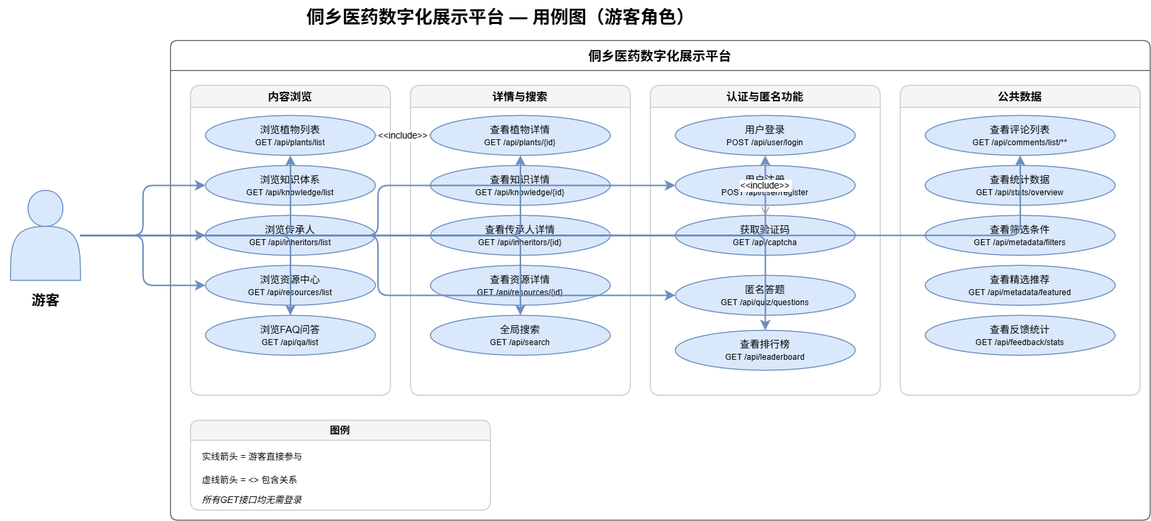
This is docs/diagrams-png/usecase-visitor.drawio.png from yhe3603-star/Graduation-Project, a draw.io export, as it was before one commit. Source tidied: cells renumbered, new cells last; positions are measured from the earlier drawing's top-left corner, leaving out a move shared by most shapes. The source it was exported from:
```xml
<mxGraphModel>
  <root>
    <mxCell id="0" />
    <mxCell id="1" parent="0" />
    <mxCell id="2" value="侗乡医药数字化展示平台 — 用例图（游客角色）" style="text;html=1;fontSize=18;fontStyle=1;align=center;" parent="1" vertex="1">
      <mxGeometry x="250" width="500" height="35" as="geometry" />
    </mxCell>
    <mxCell id="3" style="shape=actor;whiteSpace=wrap;html=1;verticalAlign=bottom;labelPosition=center;verticalLabelPosition=bottom;outlineConnect=0;fillColor=#dae8fc;strokeColor=#6c8ebf;size=20;" parent="1" vertex="1">
      <mxGeometry x="10" y="190" width="70" height="90" as="geometry" />
    </mxCell>
    <mxCell id="4" value="游客" style="text;html=1;fontSize=14;fontStyle=1;align=center;" parent="1" vertex="1">
      <mxGeometry y="285" width="90" height="25" as="geometry" />
    </mxCell>
    <mxCell id="5" value="侗乡医药数字化展示平台" style="swimlane;startSize=30;fillColor=#FFFFFF;strokeColor=#666;fontStyle=1;fontSize=13;rounded=1;arcSize=8;" parent="1" vertex="1">
      <mxGeometry x="170" y="40" width="980" height="480" as="geometry" />
    </mxCell>
    <mxCell id="6" value="内容浏览" style="swimlane;startSize=22;fillColor=#f5f5f5;strokeColor=#CCC;fontStyle=1;fontSize=11;rounded=1;" parent="5" vertex="1">
      <mxGeometry x="20" y="45" width="200" height="310" as="geometry" />
    </mxCell>
    <mxCell id="7" value="浏览植物列表&lt;br&gt;&lt;small&gt;GET /api/plants/list&lt;/small&gt;" style="ellipse;whiteSpace=wrap;html=1;fillColor=#dae8fc;strokeColor=#6c8ebf;fontSize=10;" parent="6" vertex="1">
      <mxGeometry x="15" y="30" width="170" height="40" as="geometry" />
    </mxCell>
    <mxCell id="8" value="浏览知识体系&lt;br&gt;&lt;small&gt;GET /api/knowledge/list&lt;/small&gt;" style="ellipse;whiteSpace=wrap;html=1;fillColor=#dae8fc;strokeColor=#6c8ebf;fontSize=10;" parent="6" vertex="1">
      <mxGeometry x="15" y="80" width="170" height="40" as="geometry" />
    </mxCell>
    <mxCell id="9" value="浏览传承人&lt;br&gt;&lt;small&gt;GET /api/inheritors/list&lt;/small&gt;" style="ellipse;whiteSpace=wrap;html=1;fillColor=#dae8fc;strokeColor=#6c8ebf;fontSize=10;" parent="6" vertex="1">
      <mxGeometry x="15" y="130" width="170" height="40" as="geometry" />
    </mxCell>
    <mxCell id="10" value="浏览资源中心&lt;br&gt;&lt;small&gt;GET /api/resources/list&lt;/small&gt;" style="ellipse;whiteSpace=wrap;html=1;fillColor=#dae8fc;strokeColor=#6c8ebf;fontSize=10;" parent="6" vertex="1">
      <mxGeometry x="15" y="180" width="170" height="40" as="geometry" />
    </mxCell>
    <mxCell id="11" value="浏览FAQ问答&lt;br&gt;&lt;small&gt;GET /api/qa/list&lt;/small&gt;" style="ellipse;whiteSpace=wrap;html=1;fillColor=#dae8fc;strokeColor=#6c8ebf;fontSize=10;" parent="6" vertex="1">
      <mxGeometry x="15" y="230" width="170" height="40" as="geometry" />
    </mxCell>
    <mxCell id="12" value="详情与搜索" style="swimlane;startSize=22;fillColor=#f5f5f5;strokeColor=#CCC;fontStyle=1;fontSize=11;rounded=1;" parent="5" vertex="1">
      <mxGeometry x="240" y="45" width="220" height="310" as="geometry" />
    </mxCell>
    <mxCell id="13" value="查看植物详情&lt;br&gt;&lt;small&gt;GET /api/plants/{id}&lt;/small&gt;" style="ellipse;whiteSpace=wrap;html=1;fillColor=#dae8fc;strokeColor=#6c8ebf;fontSize=10;" parent="12" vertex="1">
      <mxGeometry x="20" y="30" width="180" height="40" as="geometry" />
    </mxCell>
    <mxCell id="14" value="查看知识详情&lt;br&gt;&lt;small&gt;GET /api/knowledge/{id}&lt;/small&gt;" style="ellipse;whiteSpace=wrap;html=1;fillColor=#dae8fc;strokeColor=#6c8ebf;fontSize=10;" parent="12" vertex="1">
      <mxGeometry x="20" y="80" width="180" height="40" as="geometry" />
    </mxCell>
    <mxCell id="15" value="查看传承人详情&lt;br&gt;&lt;small&gt;GET /api/inheritors/{id}&lt;/small&gt;" style="ellipse;whiteSpace=wrap;html=1;fillColor=#dae8fc;strokeColor=#6c8ebf;fontSize=10;" parent="12" vertex="1">
      <mxGeometry x="20" y="130" width="180" height="40" as="geometry" />
    </mxCell>
    <mxCell id="16" value="查看资源详情&lt;br&gt;&lt;small&gt;GET /api/resources/{id}&lt;/small&gt;" style="ellipse;whiteSpace=wrap;html=1;fillColor=#dae8fc;strokeColor=#6c8ebf;fontSize=10;" parent="12" vertex="1">
      <mxGeometry x="20" y="180" width="180" height="40" as="geometry" />
    </mxCell>
    <mxCell id="17" value="全局搜索&lt;br&gt;&lt;small&gt;GET /api/search&lt;/small&gt;" style="ellipse;whiteSpace=wrap;html=1;fillColor=#dae8fc;strokeColor=#6c8ebf;fontSize=10;" parent="12" vertex="1">
      <mxGeometry x="20" y="230" width="180" height="40" as="geometry" />
    </mxCell>
    <mxCell id="18" value="认证与匿名功能" style="swimlane;startSize=22;fillColor=#f5f5f5;strokeColor=#CCC;fontStyle=1;fontSize=11;rounded=1;" parent="5" vertex="1">
      <mxGeometry x="480" y="45" width="230" height="310" as="geometry" />
    </mxCell>
    <mxCell id="19" value="用户登录&lt;br&gt;&lt;small&gt;POST /api/user/login&lt;/small&gt;" style="ellipse;whiteSpace=wrap;html=1;fillColor=#dae8fc;strokeColor=#6c8ebf;fontSize=10;" parent="18" vertex="1">
      <mxGeometry x="25" y="30" width="180" height="40" as="geometry" />
    </mxCell>
    <mxCell id="20" value="用户注册&lt;br&gt;&lt;small&gt;POST /api/user/register&lt;/small&gt;" style="ellipse;whiteSpace=wrap;html=1;fillColor=#dae8fc;strokeColor=#6c8ebf;fontSize=10;" parent="18" vertex="1">
      <mxGeometry x="25" y="80" width="180" height="40" as="geometry" />
    </mxCell>
    <mxCell id="21" value="获取验证码&lt;br&gt;&lt;small&gt;GET /api/captcha&lt;/small&gt;" style="ellipse;whiteSpace=wrap;html=1;fillColor=#dae8fc;strokeColor=#6c8ebf;fontSize=10;" parent="18" vertex="1">
      <mxGeometry x="25" y="130" width="180" height="40" as="geometry" />
    </mxCell>
    <mxCell id="22" value="匿名答题&lt;br&gt;&lt;small&gt;GET /api/quiz/questions&lt;/small&gt;" style="ellipse;whiteSpace=wrap;html=1;fillColor=#dae8fc;strokeColor=#6c8ebf;fontSize=10;" parent="18" vertex="1">
      <mxGeometry x="25" y="190" width="180" height="40" as="geometry" />
    </mxCell>
    <mxCell id="23" value="查看排行榜&lt;br&gt;&lt;small&gt;GET /api/leaderboard&lt;/small&gt;" style="ellipse;whiteSpace=wrap;html=1;fillColor=#dae8fc;strokeColor=#6c8ebf;fontSize=10;" parent="18" vertex="1">
      <mxGeometry x="25" y="245" width="180" height="40" as="geometry" />
    </mxCell>
    <mxCell id="24" value="公共数据" style="swimlane;startSize=22;fillColor=#f5f5f5;strokeColor=#CCC;fontStyle=1;fontSize=11;rounded=1;" parent="5" vertex="1">
      <mxGeometry x="730" y="45" width="240" height="310" as="geometry" />
    </mxCell>
    <mxCell id="25" value="查看评论列表&lt;br&gt;&lt;small&gt;GET /api/comments/list/**&lt;/small&gt;" style="ellipse;whiteSpace=wrap;html=1;fillColor=#dae8fc;strokeColor=#6c8ebf;fontSize=10;" parent="24" vertex="1">
      <mxGeometry x="25" y="30" width="190" height="40" as="geometry" />
    </mxCell>
    <mxCell id="26" value="查看统计数据&lt;br&gt;&lt;small&gt;GET /api/stats/overview&lt;/small&gt;" style="ellipse;whiteSpace=wrap;html=1;fillColor=#dae8fc;strokeColor=#6c8ebf;fontSize=10;" parent="24" vertex="1">
      <mxGeometry x="25" y="80" width="190" height="40" as="geometry" />
    </mxCell>
    <mxCell id="27" value="查看筛选条件&lt;br&gt;&lt;small&gt;GET /api/metadata/filters&lt;/small&gt;" style="ellipse;whiteSpace=wrap;html=1;fillColor=#dae8fc;strokeColor=#6c8ebf;fontSize=10;" parent="24" vertex="1">
      <mxGeometry x="25" y="130" width="190" height="40" as="geometry" />
    </mxCell>
    <mxCell id="28" value="查看精选推荐&lt;br&gt;&lt;small&gt;GET /api/metadata/featured&lt;/small&gt;" style="ellipse;whiteSpace=wrap;html=1;fillColor=#dae8fc;strokeColor=#6c8ebf;fontSize=10;" parent="24" vertex="1">
      <mxGeometry x="25" y="180" width="190" height="40" as="geometry" />
    </mxCell>
    <mxCell id="29" value="查看反馈统计&lt;br&gt;&lt;small&gt;GET /api/feedback/stats&lt;/small&gt;" style="ellipse;whiteSpace=wrap;html=1;fillColor=#dae8fc;strokeColor=#6c8ebf;fontSize=10;" parent="24" vertex="1">
      <mxGeometry x="25" y="230" width="190" height="40" as="geometry" />
    </mxCell>
    <mxCell id="30" style="edgeStyle=orthogonalEdgeStyle;rounded=1;strokeColor=#6c8ebf;strokeWidth=1.5;" parent="5" edge="1" source="3" target="7">
      <mxGeometry relative="1" as="geometry" />
    </mxCell>
    <mxCell id="31" style="edgeStyle=orthogonalEdgeStyle;rounded=1;strokeColor=#6c8ebf;strokeWidth=1.5;" parent="5" edge="1" source="3" target="8">
      <mxGeometry relative="1" as="geometry" />
    </mxCell>
    <mxCell id="32" style="edgeStyle=orthogonalEdgeStyle;rounded=1;strokeColor=#6c8ebf;strokeWidth=1.5;" parent="5" edge="1" source="3" target="9">
      <mxGeometry relative="1" as="geometry" />
    </mxCell>
    <mxCell id="33" style="edgeStyle=orthogonalEdgeStyle;rounded=1;strokeColor=#6c8ebf;strokeWidth=1.5;" parent="5" edge="1" source="3" target="10">
      <mxGeometry relative="1" as="geometry" />
    </mxCell>
    <mxCell id="34" style="edgeStyle=orthogonalEdgeStyle;rounded=1;strokeColor=#6c8ebf;strokeWidth=1.5;" parent="5" edge="1" source="3" target="11">
      <mxGeometry relative="1" as="geometry" />
    </mxCell>
    <mxCell id="35" style="edgeStyle=orthogonalEdgeStyle;rounded=1;strokeColor=#6c8ebf;strokeWidth=1.5;" parent="5" edge="1" source="3" target="13">
      <mxGeometry relative="1" as="geometry" />
    </mxCell>
    <mxCell id="36" style="edgeStyle=orthogonalEdgeStyle;rounded=1;strokeColor=#6c8ebf;strokeWidth=1.5;" parent="5" edge="1" source="3" target="17">
      <mxGeometry relative="1" as="geometry" />
    </mxCell>
    <mxCell id="37" style="edgeStyle=orthogonalEdgeStyle;rounded=1;strokeColor=#6c8ebf;strokeWidth=1.5;" parent="5" edge="1" source="3" target="19">
      <mxGeometry relative="1" as="geometry" />
    </mxCell>
    <mxCell id="38" style="edgeStyle=orthogonalEdgeStyle;rounded=1;strokeColor=#6c8ebf;strokeWidth=1.5;" parent="5" edge="1" source="3" target="20">
      <mxGeometry relative="1" as="geometry" />
    </mxCell>
    <mxCell id="39" style="edgeStyle=orthogonalEdgeStyle;rounded=1;strokeColor=#6c8ebf;strokeWidth=1.5;" parent="5" edge="1" source="3" target="22">
      <mxGeometry relative="1" as="geometry" />
    </mxCell>
    <mxCell id="40" style="edgeStyle=orthogonalEdgeStyle;rounded=1;strokeColor=#6c8ebf;strokeWidth=1.5;" parent="5" edge="1" source="3" target="23">
      <mxGeometry relative="1" as="geometry" />
    </mxCell>
    <mxCell id="41" style="edgeStyle=orthogonalEdgeStyle;rounded=1;strokeColor=#6c8ebf;strokeWidth=1.5;" parent="5" edge="1" source="3" target="25">
      <mxGeometry relative="1" as="geometry" />
    </mxCell>
    <mxCell id="42" value="&lt;&lt;include&gt;&gt;" style="edgeStyle=orthogonalEdgeStyle;rounded=1;dashed=1;strokeColor=#999;fontSize=9;endArrow=open;endFill=0;" parent="5" edge="1" source="13" target="7">
      <mxGeometry relative="1" as="geometry" />
    </mxCell>
    <mxCell id="43" value="&lt;&lt;include&gt;&gt;" style="edgeStyle=orthogonalEdgeStyle;rounded=1;dashed=1;strokeColor=#999;fontSize=9;endArrow=open;endFill=0;" parent="5" edge="1" source="19" target="21">
      <mxGeometry relative="1" as="geometry" />
    </mxCell>
    <mxCell id="44" value="图例" style="swimlane;startSize=20;fillColor=#f5f5f5;strokeColor=#CCC;fontSize=10;rounded=1;" parent="5" vertex="1">
      <mxGeometry x="20" y="380" width="300" height="90" as="geometry" />
    </mxCell>
    <mxCell id="45" value="实线箭头 = 游客直接参与" style="text;html=1;fontSize=9;align=left;" parent="44" vertex="1">
      <mxGeometry x="10" y="25" width="200" height="18" as="geometry" />
    </mxCell>
    <mxCell id="46" value="虚线箭头 = &lt;&lt;include&gt;&gt; 包含关系" style="text;html=1;fontSize=9;align=left;" parent="44" vertex="1">
      <mxGeometry x="10" y="48" width="250" height="18" as="geometry" />
    </mxCell>
    <mxCell id="47" value="所有GET接口均无需登录" style="text;html=1;fontSize=9;align=left;fontStyle=2;" parent="44" vertex="1">
      <mxGeometry x="10" y="68" width="200" height="18" as="geometry" />
    </mxCell>
  </root>
</mxGraphModel>
```
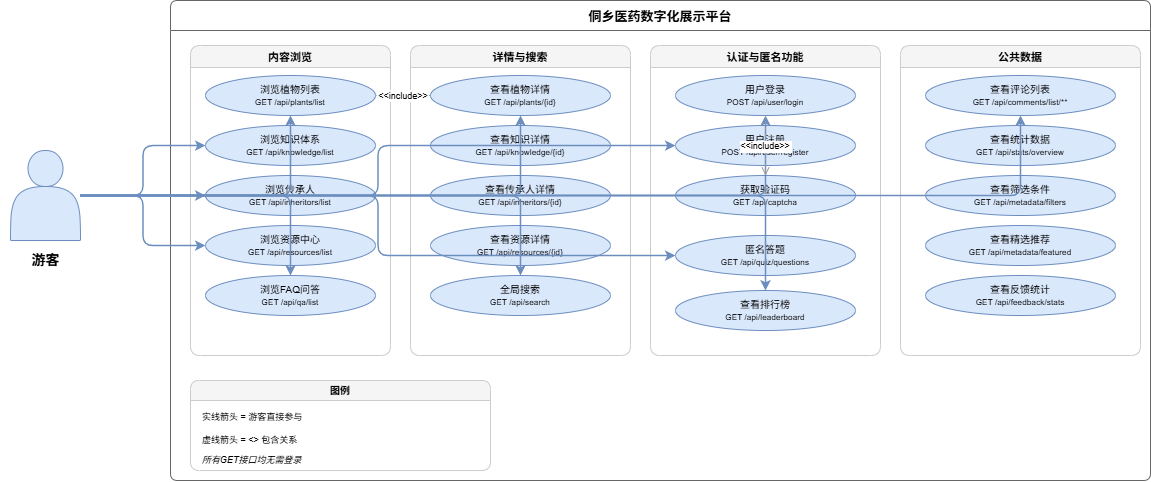
After the commit.

Change to the diagram source:
```diff
@@ -2,9 +2,6 @@
   <root>
     <mxCell id="0" />
     <mxCell id="1" parent="0" />
-    <mxCell id="2" value="侗乡医药数字化展示平台 — 用例图（游客角色）" style="text;html=1;fontSize=18;fontStyle=1;align=center;" parent="1" vertex="1">
-      <mxGeometry x="250" width="500" height="35" as="geometry" />
-    </mxCell>
     <mxCell id="3" style="shape=actor;whiteSpace=wrap;html=1;verticalAlign=bottom;labelPosition=center;verticalLabelPosition=bottom;outlineConnect=0;fillColor=#dae8fc;strokeColor=#6c8ebf;size=20;" parent="1" vertex="1">
       <mxGeometry x="10" y="190" width="70" height="90" as="geometry" />
     </mxCell>
```
